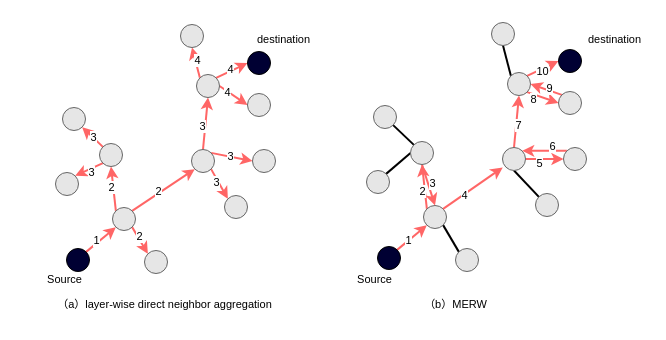
This is 小论文/小论文.drawio from SuperSparta117/drawio_liuchengtu, a draw.io file, before an edit. Source tidied: cells renumbered, new cells numbered last; positions are measured from the earlier drawing's top-left corner, leaving out a move shared by most shapes. Both pictures are drawn from the tidied source at 100%, with x=0, y=0 at pixel (37, 22).
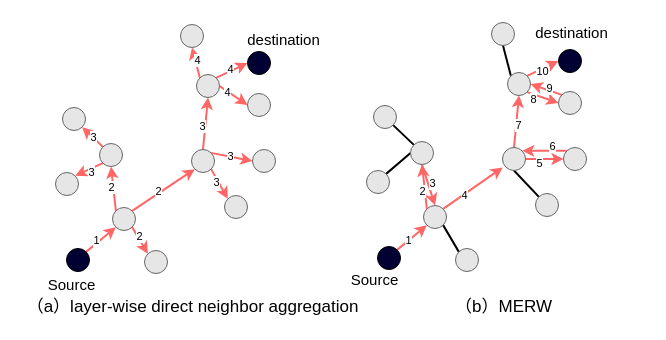
The same page after the edit.

Commit message:
更新小论文.drawio

Change to the diagram source:
```diff
@@
-    <mxCell id="77" value="Source" style="text;html=1;align=center;verticalAlign=middle;strokeColor=none;fillColor=none;fontFamily=Helvetica;fontSize=11;fontColor=default;labelBackgroundColor=default;" parent="1" vertex="1">
-      <mxGeometry y="244" width="53" height="25" as="geometry" />
+    <mxCell id="77" value="&lt;font style=&quot;font-size: 15px;&quot;&gt;Source&lt;/font&gt;" style="text;html=1;align=center;verticalAlign=middle;strokeColor=none;fillColor=none;fontFamily=Helvetica;fontSize=11;fontColor=default;labelBackgroundColor=default;" parent="1" vertex="1">
+      <mxGeometry x="1" y="247" width="66" height="30" as="geometry" />
     </mxCell>
-    <mxCell id="78" value="Source" style="text;html=1;align=center;verticalAlign=middle;strokeColor=none;fillColor=none;fontFamily=Helvetica;fontSize=11;fontColor=default;labelBackgroundColor=default;" parent="1" vertex="1">
-      <mxGeometry x="310" y="244" width="53" height="25" as="geometry" />
+    <mxCell id="78" value="&lt;font style=&quot;font-size: 15px;&quot;&gt;Source&lt;/font&gt;" style="text;html=1;align=center;verticalAlign=middle;strokeColor=none;fillColor=none;fontFamily=Helvetica;fontSize=11;fontColor=default;labelBackgroundColor=default;" parent="1" vertex="1">
+      <mxGeometry x="304" y="242" width="66" height="30" as="geometry" />
     </mxCell>
-    <mxCell id="79" value="destination" style="text;html=1;align=center;verticalAlign=middle;strokeColor=none;fillColor=none;fontFamily=Helvetica;fontSize=11;fontColor=default;labelBackgroundColor=default;" parent="1" vertex="1">
-      <mxGeometry x="210" y="4" width="71" height="25" as="geometry" />
+    <mxCell id="79" value="&lt;font style=&quot;font-size: 15px;&quot;&gt;destination&lt;/font&gt;" style="text;html=1;align=center;verticalAlign=middle;strokeColor=none;fillColor=none;fontFamily=Helvetica;fontSize=11;fontColor=default;labelBackgroundColor=default;" parent="1" vertex="1">
+      <mxGeometry x="200" y="2" width="91" height="30" as="geometry" />
     </mxCell>
-    <mxCell id="80" value="destination" style="text;html=1;align=center;verticalAlign=middle;strokeColor=none;fillColor=none;fontFamily=Helvetica;fontSize=11;fontColor=default;labelBackgroundColor=default;" parent="1" vertex="1">
-      <mxGeometry x="541" y="4" width="71" height="25" as="geometry" />
+    <mxCell id="80" value="&lt;font style=&quot;font-size: 15px;&quot;&gt;destination&lt;/font&gt;" style="text;html=1;align=center;verticalAlign=middle;strokeColor=none;fillColor=none;fontFamily=Helvetica;fontSize=11;fontColor=default;labelBackgroundColor=default;" parent="1" vertex="1">
+      <mxGeometry x="488" y="-5" width="91" height="30" as="geometry" />
     </mxCell>
-    <mxCell id="81" value="（a）layer-wise direct neighbor aggregation" style="text;html=1;align=center;verticalAlign=middle;strokeColor=none;fillColor=none;fontFamily=Helvetica;fontSize=11;fontColor=default;labelBackgroundColor=default;" parent="1" vertex="1">
-      <mxGeometry x="10" y="269" width="233" height="25" as="geometry" />
+    <mxCell id="81" value="&lt;font style=&quot;font-size: 17px;&quot;&gt;（a）layer-wise direct neighbor aggregation&lt;/font&gt;" style="text;html=1;align=center;verticalAlign=middle;strokeColor=none;fillColor=none;fontFamily=Helvetica;fontSize=11;fontColor=default;labelBackgroundColor=default;" parent="1" vertex="1">
+      <mxGeometry x="-20.5" y="269" width="350" height="32" as="geometry" />
     </mxCell>
-    <mxCell id="82" value="（b）MERW" style="text;html=1;align=center;verticalAlign=middle;strokeColor=none;fillColor=none;fontFamily=Helvetica;fontSize=11;fontColor=default;labelBackgroundColor=default;" parent="1" vertex="1">
-      <mxGeometry x="377" y="269" width="81" height="25" as="geometry" />
+    <mxCell id="82" value="&lt;font style=&quot;font-size: 17px;&quot;&gt;（b）MERW&lt;/font&gt;" style="text;html=1;align=center;verticalAlign=middle;strokeColor=none;fillColor=none;fontFamily=Helvetica;fontSize=11;fontColor=default;labelBackgroundColor=default;" parent="1" vertex="1">
+      <mxGeometry x="408" y="269" width="115" height="32" as="geometry" />
     </mxCell>
```
